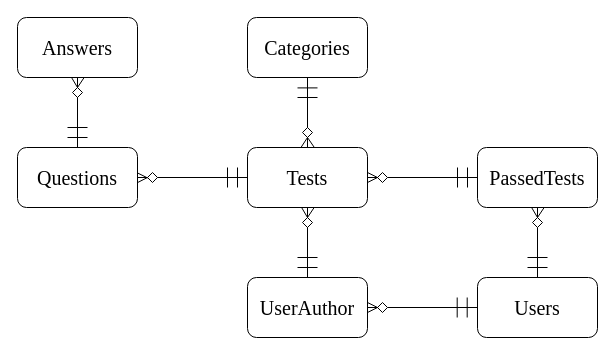
Before: Untitled Diagram.drawio in Bykanir/ruby_on_rails, a draw.io diagram. Source tidied: cells renumbered, new cells numbered last; positions are measured from the earlier drawing's top-left corner, leaving out a move shared by most shapes. Both pictures are drawn from the tidied source at 100%, with x=0, y=0 at pixel (17, 17).
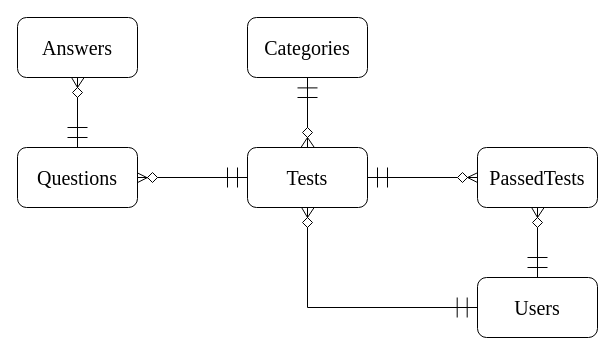
After the change.

The change refers to these unchanged cells:
```xml
<mxCell id="6" value="Users" style="rounded=1;whiteSpace=wrap;html=1;fontFamily=Times New Roman;fontSize=20;" parent="1" vertex="1">
  <mxGeometry x="460" y="260" width="120" height="60" as="geometry" />
</mxCell>
<mxCell id="7" value="&lt;h1 style=&quot;font-size: 20px&quot;&gt;&lt;font face=&quot;Times New Roman&quot;&gt;&lt;span style=&quot;font-weight: normal&quot;&gt;PassedTests&lt;/span&gt;&lt;/font&gt;&lt;/h1&gt;" style="rounded=1;whiteSpace=wrap;html=1;fontStyle=0;" parent="1" vertex="1">
  <mxGeometry x="460" y="130" width="120" height="60" as="geometry" />
</mxCell>
```

Diff of the diagram source:
```diff
@@
     <mxCell id="24" style="rhombus;whiteSpace=wrap;html=1;fontFamily=Times New Roman;fontSize=20;" parent="1" vertex="1">
-      <mxGeometry x="360" y="155" width="10" height="10" as="geometry" />
+      <mxGeometry x="440" y="155" width="10" height="10" as="geometry" />
     </mxCell>
@@
     <mxCell id="26" style="endArrow=none;html=1;fontFamily=Times New Roman;fontSize=20;" parent="1" edge="1">
       <mxGeometry relative="1" as="geometry">
-        <mxPoint x="350" y="165" as="sourcePoint" />
-        <mxPoint x="360" y="160" as="targetPoint" />
+        <mxPoint x="450" y="160" as="sourcePoint" />
+        <mxPoint x="460" y="165" as="targetPoint" />
       </mxGeometry>
     </mxCell>
-    <mxCell id="27" style="endArrow=none;html=1;fontFamily=Times New Roman;fontSize=20;entryX=0;entryY=0.5;entryDx=0;entryDy=0;" parent="1" edge="1" target="24">
-      <mxGeometry relative="1" as="geometry">
-        <mxPoint x="350" y="155" as="sourcePoint" />
-      </mxGeometry>
+    <mxCell id="27" style="endArrow=none;html=1;fontFamily=Times New Roman;fontSize=20;entryX=1;entryY=0.5;entryDx=0;entryDy=0;exitX=0;exitY=0.421;exitDx=0;exitDy=0;exitPerimeter=0;" parent="1" edge="1" source="7" target="24">
+      <mxGeometry relative="1" as="geometry" />
     </mxCell>
-    <mxCell id="28" value="&lt;font size=&quot;1&quot;&gt;&lt;font style=&quot;font-size: 20px&quot; face=&quot;Times New Roman&quot;&gt;UserAuthor&lt;/font&gt;&lt;/font&gt;" style="rounded=1;whiteSpace=wrap;html=1;" parent="1" vertex="1">
-      <mxGeometry x="230" y="260" width="120" height="60" as="geometry" />
-    </mxCell>
@@
-    <mxCell id="30" style="endArrow=none;html=1;fontFamily=Times New Roman;fontSize=20;exitX=0.5;exitY=0;exitDx=0;exitDy=0;" parent="1" edge="1">
+    <mxCell id="30" style="endArrow=none;html=1;fontFamily=Times New Roman;fontSize=20;" parent="1" edge="1">
       <mxGeometry relative="1" as="geometry">
-        <mxPoint x="290" y="260" as="sourcePoint" />
+        <mxPoint x="290" y="290" as="sourcePoint" />
         <mxPoint x="290" y="190" as="targetPoint" />
       </mxGeometry>
     </mxCell>
@@
-    <mxCell id="33" style="endArrow=none;html=1;fontFamily=Times New Roman;fontSize=20;" parent="1" edge="1">
-      <mxGeometry relative="1" as="geometry">
-        <mxPoint x="280" y="250" as="sourcePoint" />
-        <mxPoint x="300" y="250" as="targetPoint" />
-      </mxGeometry>
-    </mxCell>
-    <mxCell id="34" style="endArrow=none;html=1;fontFamily=Times New Roman;fontSize=20;" parent="1" edge="1">
-      <mxGeometry relative="1" as="geometry">
-        <mxPoint x="280" y="240" as="sourcePoint" />
-        <mxPoint x="300" y="240" as="targetPoint" />
-      </mxGeometry>
-    </mxCell>
-    <mxCell id="35" style="endArrow=none;html=1;fontFamily=Times New Roman;fontSize=20;exitX=1;exitY=0.5;exitDx=0;exitDy=0;entryX=0;entryY=0.5;entryDx=0;entryDy=0;" parent="1" edge="1" source="36" target="6">
-      <mxGeometry relative="1" as="geometry" />
+    <mxCell id="35" style="endArrow=none;html=1;fontFamily=Times New Roman;fontSize=20;entryX=0;entryY=0.5;entryDx=0;entryDy=0;" parent="1" edge="1" target="6">
+      <mxGeometry relative="1" as="geometry">
+        <mxPoint x="290" y="290" as="sourcePoint" />
+      </mxGeometry>
     </mxCell>
-    <mxCell id="36" style="rhombus;whiteSpace=wrap;html=1;fontFamily=Times New Roman;fontSize=20;" parent="1" vertex="1">
-      <mxGeometry x="360" y="285" width="10" height="10" as="geometry" />
-    </mxCell>
-    <mxCell id="37" style="endArrow=none;html=1;fontFamily=Times New Roman;fontSize=20;exitX=1;exitY=0.5;exitDx=0;exitDy=0;entryX=0;entryY=0.5;entryDx=0;entryDy=0;" parent="1" edge="1" target="36">
-      <mxGeometry relative="1" as="geometry">
-        <mxPoint x="350" y="290" as="sourcePoint" />
-      </mxGeometry>
-    </mxCell>
-    <mxCell id="38" style="endArrow=none;html=1;fontFamily=Times New Roman;fontSize=20;" parent="1" edge="1">
-      <mxGeometry relative="1" as="geometry">
-        <mxPoint x="350" y="295" as="sourcePoint" />
-        <mxPoint x="360" y="290" as="targetPoint" />
-      </mxGeometry>
-    </mxCell>
-    <mxCell id="39" style="endArrow=none;html=1;fontFamily=Times New Roman;fontSize=20;entryX=0;entryY=0.5;entryDx=0;entryDy=0;" parent="1" edge="1" target="36">
-      <mxGeometry relative="1" as="geometry">
-        <mxPoint x="350" y="285" as="sourcePoint" />
-      </mxGeometry>
-    </mxCell>
@@
     <mxCell id="49" style="endArrow=none;html=1;fontFamily=Times New Roman;fontSize=20;" parent="1" edge="1">
       <mxGeometry relative="1" as="geometry">
-        <mxPoint x="450" y="170" as="sourcePoint" />
-        <mxPoint x="450" y="150" as="targetPoint" />
+        <mxPoint x="370" y="170" as="sourcePoint" />
+        <mxPoint x="370" y="150" as="targetPoint" />
       </mxGeometry>
     </mxCell>
     <mxCell id="50" style="endArrow=none;html=1;fontFamily=Times New Roman;fontSize=20;" parent="1" edge="1">
       <mxGeometry relative="1" as="geometry">
-        <mxPoint x="440" y="170" as="sourcePoint" />
-        <mxPoint x="440" y="150" as="targetPoint" />
+        <mxPoint x="360" y="170" as="sourcePoint" />
+        <mxPoint x="360" y="150" as="targetPoint" />
       </mxGeometry>
     </mxCell>
```
